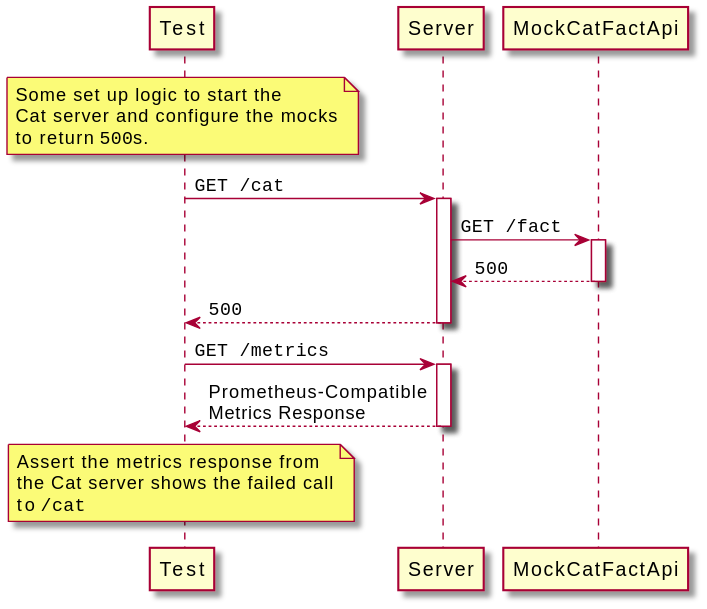
Earlier version of the PlantUML export src/content/posts/when-is-a-black-box-test-not-a-black-box-test/cat-service-metrics-test-sequence-diagram.svg (alexchilcott/alexchilcott.github.io). Source of this version:
```plantuml
@startuml
note over Test
    Some set up logic to start the
    Cat server and configure the mocks
    to return ""500""s.
end note

Test -> Server++: ""GET /cat""
    Server -> MockCatFactApi++: ""GET /fact""
    return ""500""
return ""500""

Test -> Server++: ""GET /metrics""
return Prometheus-Compatible\nMetrics Response

note over Test
    Assert the metrics response from
    the Cat server shows the failed call
    to ""/cat""
end note
@enduml
```
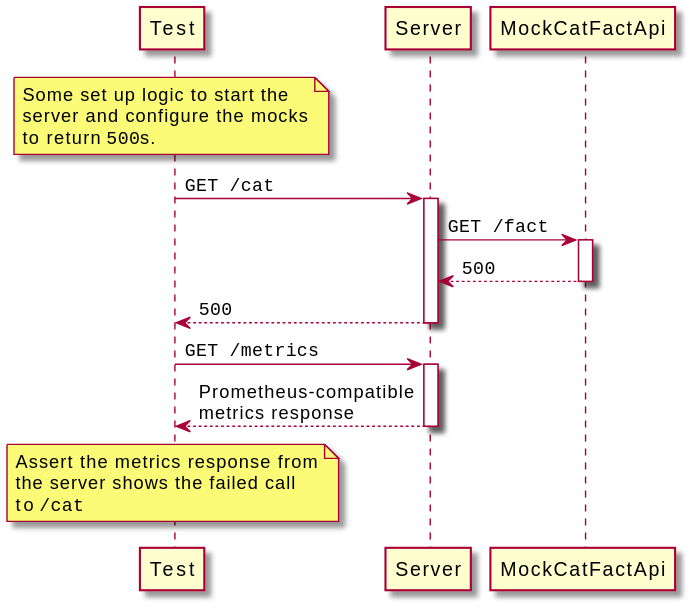
The same diagram one commit later.

Change to the diagram source:
```diff
@@ -1,7 +1,7 @@
 @startuml
 note over Test
     Some set up logic to start the
-    Cat server and configure the mocks
+    server and configure the mocks
     to return ""500""s.
 end note
 
@@ -11,11 +11,11 @@
 return ""500""
 
 Test -> Server++: ""GET /metrics""
-return Prometheus-Compatible\nMetrics Response
+return Prometheus-compatible\nmetrics response
 
 note over Test
     Assert the metrics response from
-    the Cat server shows the failed call
+    the server shows the failed call
     to ""/cat""
 end note
 @enduml
```
